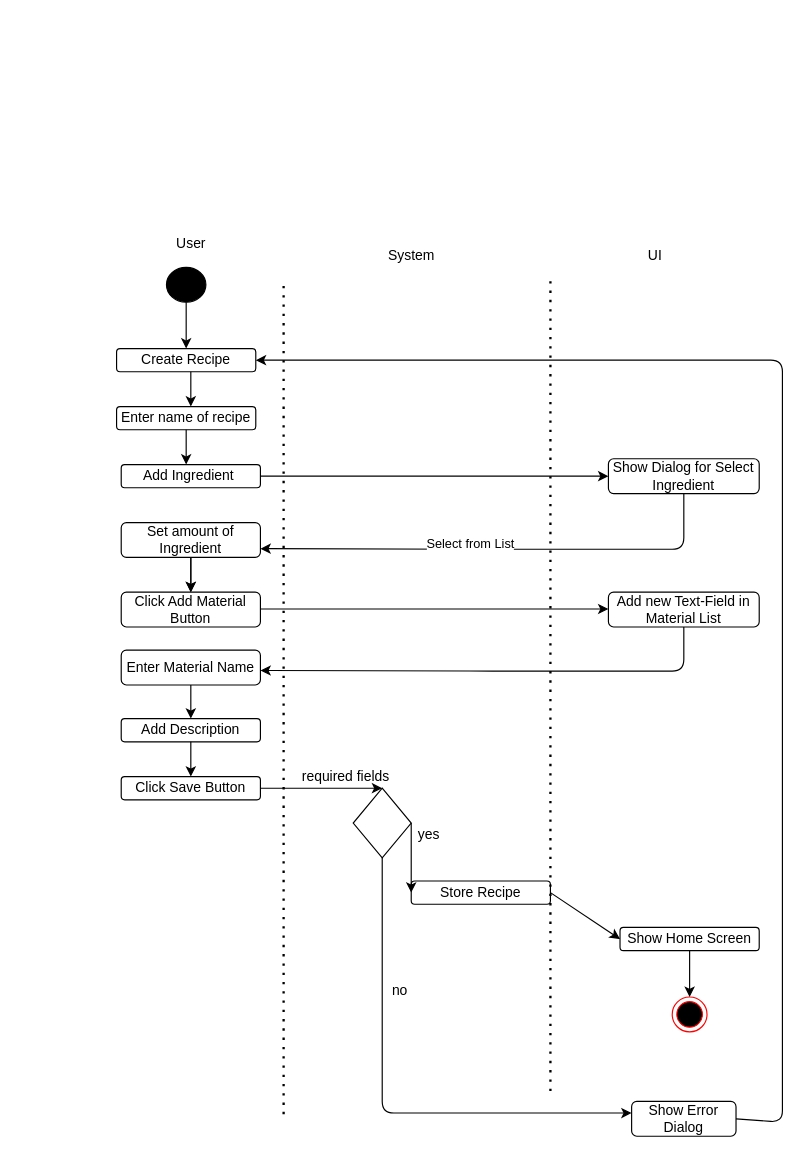
This is embedded-files/createrecipe.drawio from JanPfenning/Mood4Food_Doc, a draw.io file, before an edit. Source tidied: cells renumbered, new cells numbered last; positions are measured from the earlier drawing's top-left corner, leaving out a move shared by most shapes. Both pictures are drawn from the tidied source at 116%, with x=0, y=0 at pixel (116, 232).
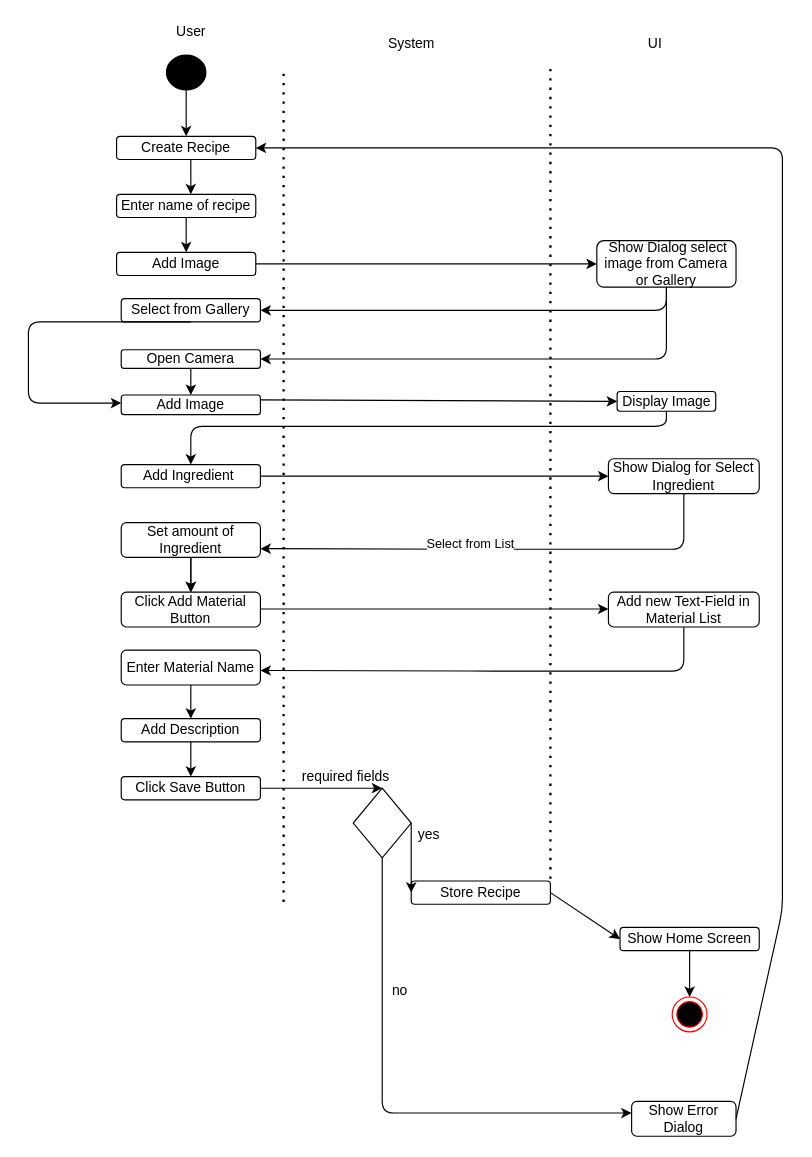
Above is the later version.

Unchanged cells that the change refers to:
```xml
<mxCell id="9" value="Add Ingredient&amp;nbsp;" style="rounded=1;whiteSpace=wrap;html=1;" parent="1" vertex="1">
  <mxGeometry x="4" y="200" width="120" height="20" as="geometry" />
</mxCell>
<mxCell id="36" value="Show Error Dialog" style="rounded=1;whiteSpace=wrap;html=1;fillColor=#FFFFFF;" parent="1" vertex="1">
  <mxGeometry x="444" y="749" width="90" height="30" as="geometry" />
</mxCell>
```

Change to the diagram source:
```diff
@@
     <mxCell id="2" style="endArrow=none;dashed=1;html=1;dashPattern=1 3;strokeWidth=2;" parent="1" edge="1">
       <mxGeometry relative="1" as="geometry">
-        <mxPoint x="144" y="760" as="sourcePoint" />
-        <mxPoint x="144" y="40" as="targetPoint" />
+        <mxPoint x="144" y="577" as="sourcePoint" />
+        <mxPoint x="144" y="-143" as="targetPoint" />
       </mxGeometry>
     </mxCell>
     <mxCell id="3" value="User" style="text;html=1;align=center;verticalAlign=middle;" parent="1" vertex="1">
-      <mxGeometry x="44" width="40" height="20" as="geometry" />
+      <mxGeometry x="44" y="-183" width="40" height="20" as="geometry" />
     </mxCell>
@@
     <mxCell id="5" value="Create Recipe" style="rounded=1;whiteSpace=wrap;html=1;" parent="1" vertex="1">
-      <mxGeometry y="100" width="120" height="20" as="geometry" />
+      <mxGeometry y="-83" width="120" height="20" as="geometry" />
     </mxCell>
     <mxCell id="6" style="endArrow=classic;html=1;" parent="1" edge="1">
       <mxGeometry relative="1" as="geometry">
-        <mxPoint x="64" y="120" as="sourcePoint" />
-        <mxPoint x="64" y="150" as="targetPoint" />
+        <mxPoint x="64" y="-63" as="sourcePoint" />
+        <mxPoint x="64" y="-33" as="targetPoint" />
       </mxGeometry>
     </mxCell>
     <mxCell id="7" value="Enter name of recipe" style="rounded=1;whiteSpace=wrap;html=1;" parent="1" vertex="1">
-      <mxGeometry y="150" width="120" height="20" as="geometry" />
+      <mxGeometry y="-33" width="120" height="20" as="geometry" />
     </mxCell>
     <mxCell id="8" style="endArrow=classic;html=1;exitX=0.5;exitY=1;exitDx=0;exitDy=0;" parent="1" edge="1" source="7">
       <mxGeometry relative="1" as="geometry">
-        <mxPoint x="60" y="200" as="targetPoint" />
+        <mxPoint x="60" y="17" as="targetPoint" />
       </mxGeometry>
     </mxCell>
@@
     <mxCell id="17" style="verticalLabelPosition=bottom;verticalAlign=top;html=1;shape=mxgraph.flowchart.on-page_reference;fillColor=#000000;" parent="1" vertex="1">
-      <mxGeometry x="43" y="30" width="34" height="30" as="geometry" />
+      <mxGeometry x="43" y="-153" width="34" height="30" as="geometry" />
     </mxCell>
     <mxCell id="18" value="System" style="text;html=1;align=center;verticalAlign=middle;" parent="1" vertex="1">
-      <mxGeometry x="224" y="10" width="60" height="20" as="geometry" />
+      <mxGeometry x="224" y="-173" width="60" height="20" as="geometry" />
     </mxCell>
     <mxCell id="19" style="endArrow=none;dashed=1;html=1;dashPattern=1 3;strokeWidth=2;" parent="1" edge="1">
       <mxGeometry relative="1" as="geometry">
-        <mxPoint x="374" y="740" as="sourcePoint" />
-        <mxPoint x="374" y="40" as="targetPoint" />
+        <mxPoint x="374" y="557" as="sourcePoint" />
+        <mxPoint x="374" y="-143" as="targetPoint" />
       </mxGeometry>
     </mxCell>
     <mxCell id="20" value="UI" style="text;html=1;align=center;verticalAlign=middle;" parent="1" vertex="1">
-      <mxGeometry x="449" y="10" width="30" height="20" as="geometry" />
+      <mxGeometry x="449" y="-173" width="30" height="20" as="geometry" />
     </mxCell>
@@
     <mxCell id="43" style="endArrow=classic;html=1;exitX=1;exitY=0.5;exitDx=0;exitDy=0;entryX=1;entryY=0.5;entryDx=0;entryDy=0;" parent="1" edge="1" source="36" target="5">
       <mxGeometry relative="1" as="geometry">
         <Array as="points">
-          <mxPoint x="574" y="767" />
-          <mxPoint x="574" y="110" />
+          <mxPoint x="574" y="584" />
+          <mxPoint x="574" y="-73" />
         </Array>
       </mxGeometry>
     </mxCell>
+    <mxCell id="44" value="Add Image" style="rounded=1;whiteSpace=wrap;html=1;" parent="1" vertex="1">
+      <mxGeometry y="17" width="120" height="20" as="geometry" />
+    </mxCell>
+    <mxCell id="45" style="endArrow=classic;html=1;exitX=1;exitY=0.5;exitDx=0;exitDy=0;" parent="1" edge="1" source="44">
+      <mxGeometry relative="1" as="geometry">
+        <mxPoint x="414" y="27" as="targetPoint" />
+      </mxGeometry>
+    </mxCell>
+    <mxCell id="46" value="&amp;nbsp;Show Dialog select image from Camera or Gallery" style="rounded=1;whiteSpace=wrap;html=1;" parent="1" vertex="1">
+      <mxGeometry x="414" y="7" width="120" height="40" as="geometry" />
+    </mxCell>
+    <mxCell id="47" value="Select from Gallery" style="rounded=1;whiteSpace=wrap;html=1;" parent="1" vertex="1">
+      <mxGeometry x="4" y="57" width="120" height="20" as="geometry" />
+    </mxCell>
+    <mxCell id="48" style="endArrow=classic;html=1;exitX=0.5;exitY=1;exitDx=0;exitDy=0;entryX=1;entryY=0.5;entryDx=0;entryDy=0;" parent="1" edge="1" source="46" target="47">
+      <mxGeometry relative="1" as="geometry">
+        <Array as="points">
+          <mxPoint x="474" y="67" />
+        </Array>
+      </mxGeometry>
+    </mxCell>
+    <mxCell id="49" value="Open Camera" style="rounded=1;whiteSpace=wrap;html=1;" parent="1" vertex="1">
+      <mxGeometry x="4" y="101" width="120" height="16" as="geometry" />
+    </mxCell>
+    <mxCell id="50" style="endArrow=classic;html=1;entryX=1;entryY=0.5;entryDx=0;entryDy=0;" parent="1" edge="1" source="46" target="49">
+      <mxGeometry relative="1" as="geometry">
+        <Array as="points">
+          <mxPoint x="474" y="109" />
+        </Array>
+      </mxGeometry>
+    </mxCell>
+    <mxCell id="51" style="endArrow=classic;html=1;exitX=0.5;exitY=1;exitDx=0;exitDy=0;" parent="1" edge="1" source="47">
+      <mxGeometry relative="1" as="geometry">
+        <mxPoint x="4" y="147" as="targetPoint" />
+        <Array as="points">
+          <mxPoint x="-76" y="77" />
+          <mxPoint x="-76" y="147" />
+        </Array>
+      </mxGeometry>
+    </mxCell>
+    <mxCell id="52" style="endArrow=classic;html=1;exitX=0.5;exitY=1;exitDx=0;exitDy=0;entryX=0.5;entryY=0;entryDx=0;entryDy=0;" parent="1" edge="1" source="49" target="54">
+      <mxGeometry relative="1" as="geometry" />
+    </mxCell>
+    <mxCell id="53" value="Display Image" style="rounded=1;whiteSpace=wrap;html=1;" parent="1" vertex="1">
+      <mxGeometry x="431.5" y="137" width="85" height="17" as="geometry" />
+    </mxCell>
+    <mxCell id="54" value="Add Image" style="rounded=1;whiteSpace=wrap;html=1;" parent="1" vertex="1">
+      <mxGeometry x="4" y="140" width="120" height="17" as="geometry" />
+    </mxCell>
+    <mxCell id="55" style="endArrow=classic;html=1;exitX=1;exitY=0.25;exitDx=0;exitDy=0;entryX=0;entryY=0.5;entryDx=0;entryDy=0;" parent="1" edge="1" source="54" target="53">
+      <mxGeometry relative="1" as="geometry" />
+    </mxCell>
+    <mxCell id="56" style="endArrow=classic;html=1;exitX=0.5;exitY=1;exitDx=0;exitDy=0;entryX=0.5;entryY=0;entryDx=0;entryDy=0;" parent="1" edge="1" source="53" target="9">
+      <mxGeometry relative="1" as="geometry">
+        <Array as="points">
+          <mxPoint x="474" y="167" />
+          <mxPoint x="64" y="167" />
+        </Array>
+      </mxGeometry>
+    </mxCell>
```
